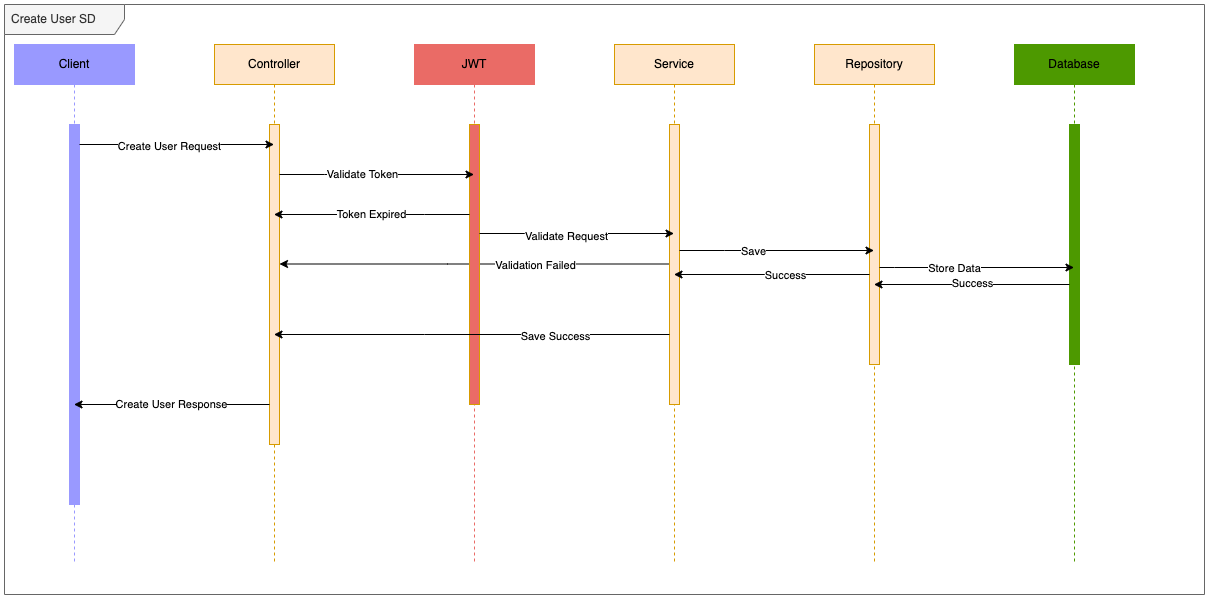
Before: doc/diagram_create.png, a diagram exported from draw.io (wahyugnc/technical-test). Source tidied: cells renumbered, new cells last; positions are measured from the earlier drawing's top-left corner, leaving out a move shared by most shapes. Its diagram source:
```xml
<mxGraphModel>
  <root>
    <mxCell id="0" />
    <mxCell id="1" parent="0" />
    <mxCell id="2" value="Client" style="shape=umlLifeline;perimeter=lifelinePerimeter;whiteSpace=wrap;html=1;outlineConnect=0;fillColor=#9999FF;strokeColor=#9999FF;" parent="1" vertex="1">
      <mxGeometry x="10" y="40" width="120" height="520" as="geometry" />
    </mxCell>
    <mxCell id="3" style="html=1;points=[];perimeter=orthogonalPerimeter;fillColor=#9999FF;strokeColor=#9999FF;" parent="2" vertex="1">
      <mxGeometry x="55" y="80" width="10" height="380" as="geometry" />
    </mxCell>
    <mxCell id="4" value="Create User SD" style="shape=umlFrame;whiteSpace=wrap;html=1;width=120;height=30;boundedLbl=1;verticalAlign=middle;align=left;spacingLeft=5;fillColor=#f5f5f5;fontColor=#333333;strokeColor=#666666;" parent="1" vertex="1">
      <mxGeometry width="1200" height="590" as="geometry" />
    </mxCell>
    <mxCell id="5" value="Controller" style="shape=umlLifeline;perimeter=lifelinePerimeter;whiteSpace=wrap;html=1;outlineConnect=0;fillColor=#ffe6cc;strokeColor=#d79b00;" parent="1" vertex="1">
      <mxGeometry x="210" y="40" width="120" height="520" as="geometry" />
    </mxCell>
    <mxCell id="6" style="html=1;points=[];perimeter=orthogonalPerimeter;fillColor=#ffe6cc;strokeColor=#d79b00;" parent="5" vertex="1">
      <mxGeometry x="55" y="80" width="10" height="320" as="geometry" />
    </mxCell>
    <mxCell id="7" style="edgeStyle=orthogonalEdgeStyle;rounded=0;jettySize=auto;html=1;" parent="5" edge="1" source="9">
      <mxGeometry relative="1" as="geometry">
        <mxPoint x="65" y="219.5" as="targetPoint" />
        <Array as="points">
          <mxPoint x="233" y="220" />
        </Array>
      </mxGeometry>
    </mxCell>
    <mxCell id="8" value="Validation Failed" style="edgeLabel;html=1;align=center;verticalAlign=middle;" parent="7" vertex="1">
      <mxGeometry x="0.31" y="-1" relative="1" as="geometry">
        <mxPoint x="119" y="2" as="offset" />
      </mxGeometry>
    </mxCell>
    <mxCell id="9" value="Service" style="shape=umlLifeline;perimeter=lifelinePerimeter;whiteSpace=wrap;html=1;outlineConnect=0;fillColor=#ffe6cc;strokeColor=#d79b00;" parent="1" vertex="1">
      <mxGeometry x="610" y="40" width="120" height="520" as="geometry" />
    </mxCell>
    <mxCell id="10" style="html=1;points=[];perimeter=orthogonalPerimeter;fillColor=#ffe6cc;strokeColor=#d79b00;" parent="9" vertex="1">
      <mxGeometry x="55" y="80" width="10" height="280" as="geometry" />
    </mxCell>
    <mxCell id="11" value="Repository" style="shape=umlLifeline;perimeter=lifelinePerimeter;whiteSpace=wrap;html=1;outlineConnect=0;fillColor=#ffe6cc;strokeColor=#d79b00;" parent="1" vertex="1">
      <mxGeometry x="810" y="40" width="120" height="520" as="geometry" />
    </mxCell>
    <mxCell id="12" style="html=1;points=[];perimeter=orthogonalPerimeter;fillColor=#ffe6cc;strokeColor=#d79b00;" parent="11" vertex="1">
      <mxGeometry x="55" y="80" width="10" height="240" as="geometry" />
    </mxCell>
    <mxCell id="13" value="Database" style="shape=umlLifeline;perimeter=lifelinePerimeter;whiteSpace=wrap;html=1;fillColor=#4D9900;strokeColor=#4D9900;" parent="1" vertex="1">
      <mxGeometry x="1010" y="40" width="120" height="520" as="geometry" />
    </mxCell>
    <mxCell id="14" style="html=1;points=[];perimeter=orthogonalPerimeter;fillColor=#4D9900;strokeColor=#4D9900;" parent="13" vertex="1">
      <mxGeometry x="55" y="80" width="10" height="240" as="geometry" />
    </mxCell>
    <mxCell id="15" value="JWT" style="shape=umlLifeline;perimeter=lifelinePerimeter;whiteSpace=wrap;html=1;outlineConnect=0;fillColor=#EA6B66;strokeColor=#EA6B66;" parent="1" vertex="1">
      <mxGeometry x="410" y="40" width="120" height="520" as="geometry" />
    </mxCell>
    <mxCell id="16" style="html=1;points=[];perimeter=orthogonalPerimeter;fillColor=#EA6B66;strokeColor=#d79b00;" parent="15" vertex="1">
      <mxGeometry x="55" y="80" width="10" height="280" as="geometry" />
    </mxCell>
    <mxCell id="17" style="edgeStyle=orthogonalEdgeStyle;rounded=0;jettySize=auto;html=1;" parent="1" edge="1" source="3" target="5">
      <mxGeometry relative="1" as="geometry">
        <Array as="points">
          <mxPoint x="130" y="140" />
          <mxPoint x="130" y="140" />
        </Array>
      </mxGeometry>
    </mxCell>
    <mxCell id="18" value="Create User Request" style="edgeLabel;html=1;align=center;verticalAlign=middle;" parent="17" vertex="1">
      <mxGeometry x="-0.08" y="-1" relative="1" as="geometry" />
    </mxCell>
    <mxCell id="19" value="Create User Response" style="edgeStyle=orthogonalEdgeStyle;rounded=0;jettySize=auto;html=1;" parent="1" edge="1" source="6" target="2">
      <mxGeometry relative="1" as="geometry">
        <Array as="points">
          <mxPoint x="140" y="400" />
          <mxPoint x="140" y="400" />
        </Array>
      </mxGeometry>
    </mxCell>
    <mxCell id="20" style="edgeStyle=orthogonalEdgeStyle;rounded=0;jettySize=auto;html=1;" parent="1" edge="1" source="6" target="15">
      <mxGeometry relative="1" as="geometry">
        <Array as="points">
          <mxPoint x="320" y="170" />
          <mxPoint x="320" y="170" />
        </Array>
      </mxGeometry>
    </mxCell>
    <mxCell id="21" value="Validate Token" style="edgeLabel;html=1;align=center;verticalAlign=middle;" parent="20" vertex="1">
      <mxGeometry x="-0.16" y="1" relative="1" as="geometry" />
    </mxCell>
    <mxCell id="22" value="Token Expired" style="edgeStyle=orthogonalEdgeStyle;rounded=0;jettySize=auto;html=1;" parent="1" edge="1" source="16" target="5">
      <mxGeometry relative="1" as="geometry">
        <Array as="points">
          <mxPoint x="420" y="210" />
          <mxPoint x="420" y="210" />
        </Array>
      </mxGeometry>
    </mxCell>
    <mxCell id="23" style="edgeStyle=orthogonalEdgeStyle;rounded=0;orthogonalLoop=1;jettySize=auto;html=1;" parent="1" edge="1">
      <mxGeometry relative="1" as="geometry">
        <mxPoint x="475" y="229" as="sourcePoint" />
        <mxPoint x="669.5" y="229" as="targetPoint" />
        <Array as="points">
          <mxPoint x="520" y="229" />
          <mxPoint x="520" y="229" />
        </Array>
      </mxGeometry>
    </mxCell>
    <mxCell id="24" value="Validate Request" style="edgeLabel;html=1;align=center;verticalAlign=middle;" parent="23" vertex="1">
      <mxGeometry x="-0.12" y="-2" relative="1" as="geometry" />
    </mxCell>
    <mxCell id="25" style="edgeStyle=orthogonalEdgeStyle;rounded=0;orthogonalLoop=1;jettySize=auto;html=1;" parent="1" edge="1">
      <mxGeometry relative="1" as="geometry">
        <mxPoint x="675" y="246" as="sourcePoint" />
        <mxPoint x="869.5" y="246" as="targetPoint" />
        <Array as="points">
          <mxPoint x="720" y="246" />
          <mxPoint x="720" y="246" />
        </Array>
      </mxGeometry>
    </mxCell>
    <mxCell id="26" value="Save" style="edgeLabel;html=1;align=center;verticalAlign=middle;" parent="25" vertex="1">
      <mxGeometry x="-0.25" relative="1" as="geometry" />
    </mxCell>
    <mxCell id="27" style="edgeStyle=orthogonalEdgeStyle;rounded=0;orthogonalLoop=1;jettySize=auto;html=1;" parent="1" edge="1">
      <mxGeometry relative="1" as="geometry">
        <mxPoint x="875" y="263" as="sourcePoint" />
        <mxPoint x="1069.5" y="263" as="targetPoint" />
        <Array as="points">
          <mxPoint x="890" y="263" />
          <mxPoint x="890" y="263" />
        </Array>
      </mxGeometry>
    </mxCell>
    <mxCell id="28" value="Store Data" style="edgeLabel;html=1;align=center;verticalAlign=middle;" parent="27" vertex="1">
      <mxGeometry x="-0.24" relative="1" as="geometry" />
    </mxCell>
    <mxCell id="29" style="edgeStyle=orthogonalEdgeStyle;rounded=0;jettySize=auto;html=1;" parent="1" edge="1" source="14" target="11">
      <mxGeometry relative="1" as="geometry">
        <Array as="points">
          <mxPoint x="950" y="280" />
          <mxPoint x="950" y="280" />
        </Array>
      </mxGeometry>
    </mxCell>
    <mxCell id="30" value="Success" style="edgeLabel;html=1;align=center;verticalAlign=middle;" parent="29" vertex="1">
      <mxGeometry y="-2" relative="1" as="geometry" />
    </mxCell>
    <mxCell id="31" style="edgeStyle=orthogonalEdgeStyle;rounded=0;jettySize=auto;html=1;" parent="1" edge="1" source="12" target="9">
      <mxGeometry relative="1" as="geometry">
        <Array as="points">
          <mxPoint x="760" y="270" />
          <mxPoint x="760" y="270" />
        </Array>
      </mxGeometry>
    </mxCell>
    <mxCell id="32" value="Success" style="edgeLabel;html=1;align=center;verticalAlign=middle;" parent="31" vertex="1">
      <mxGeometry x="-0.13" relative="1" as="geometry" />
    </mxCell>
    <mxCell id="33" style="edgeStyle=orthogonalEdgeStyle;rounded=0;jettySize=auto;html=1;" parent="1" edge="1" source="10" target="5">
      <mxGeometry relative="1" as="geometry">
        <Array as="points">
          <mxPoint x="420" y="330" />
          <mxPoint x="420" y="330" />
        </Array>
      </mxGeometry>
    </mxCell>
    <mxCell id="34" value="Save Success" style="edgeLabel;html=1;align=center;verticalAlign=middle;" parent="33" vertex="1">
      <mxGeometry x="0.18" y="1" relative="1" as="geometry">
        <mxPoint x="118" as="offset" />
      </mxGeometry>
    </mxCell>
  </root>
</mxGraphModel>
```
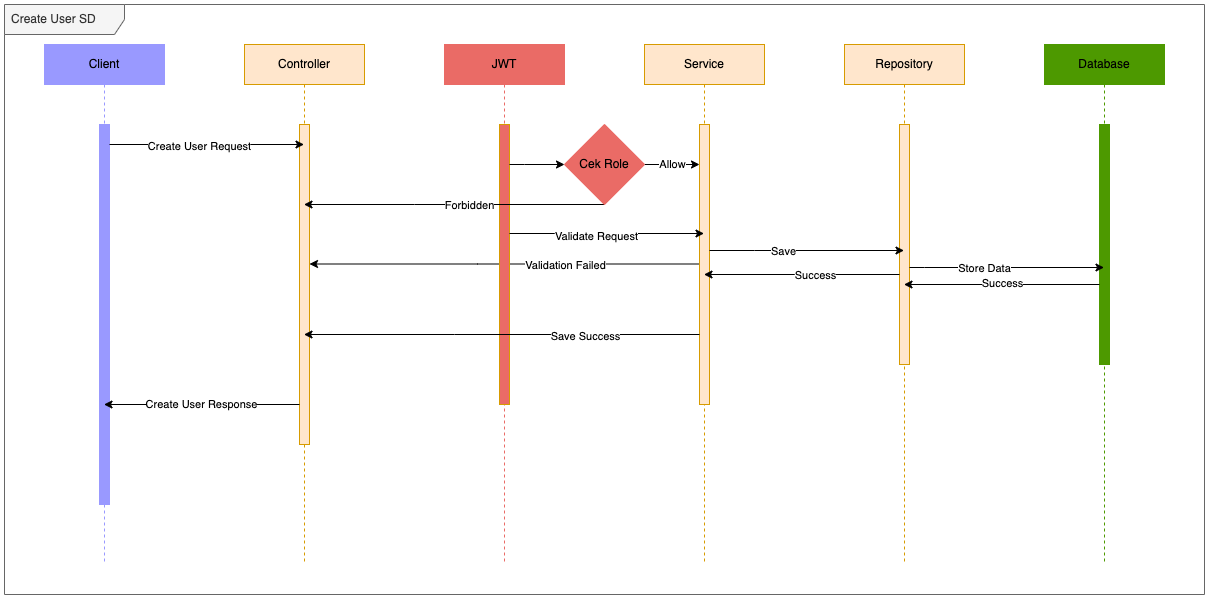
After the commit.

What changed in the source:
```diff
@@ -9,7 +9,7 @@
       <mxGeometry x="55" y="80" width="10" height="380" as="geometry" />
     </mxCell>
     <mxCell id="4" value="Create User SD" style="shape=umlFrame;whiteSpace=wrap;html=1;width=120;height=30;boundedLbl=1;verticalAlign=middle;align=left;spacingLeft=5;fillColor=#f5f5f5;fontColor=#333333;strokeColor=#666666;" parent="1" vertex="1">
-      <mxGeometry width="1200" height="590" as="geometry" />
+      <mxGeometry x="-30" width="1200" height="590" as="geometry" />
     </mxCell>
     <mxCell id="5" value="Controller" style="shape=umlLifeline;perimeter=lifelinePerimeter;whiteSpace=wrap;html=1;outlineConnect=0;fillColor=#ffe6cc;strokeColor=#d79b00;" parent="1" vertex="1">
       <mxGeometry x="210" y="40" width="120" height="520" as="geometry" />
@@ -73,25 +73,6 @@
         </Array>
       </mxGeometry>
     </mxCell>
-    <mxCell id="20" style="edgeStyle=orthogonalEdgeStyle;rounded=0;jettySize=auto;html=1;" parent="1" edge="1" source="6" target="15">
-      <mxGeometry relative="1" as="geometry">
-        <Array as="points">
-          <mxPoint x="320" y="170" />
-          <mxPoint x="320" y="170" />
-        </Array>
-      </mxGeometry>
-    </mxCell>
-    <mxCell id="21" value="Validate Token" style="edgeLabel;html=1;align=center;verticalAlign=middle;" parent="20" vertex="1">
-      <mxGeometry x="-0.16" y="1" relative="1" as="geometry" />
-    </mxCell>
-    <mxCell id="22" value="Token Expired" style="edgeStyle=orthogonalEdgeStyle;rounded=0;jettySize=auto;html=1;" parent="1" edge="1" source="16" target="5">
-      <mxGeometry relative="1" as="geometry">
-        <Array as="points">
-          <mxPoint x="420" y="210" />
-          <mxPoint x="420" y="210" />
-        </Array>
-      </mxGeometry>
-    </mxCell>
     <mxCell id="23" style="edgeStyle=orthogonalEdgeStyle;rounded=0;orthogonalLoop=1;jettySize=auto;html=1;" parent="1" edge="1">
       <mxGeometry relative="1" as="geometry">
         <mxPoint x="475" y="229" as="sourcePoint" />
@@ -166,5 +147,35 @@
         <mxPoint x="118" as="offset" />
       </mxGeometry>
     </mxCell>
+    <mxCell id="35" value="Allow" style="edgeStyle=orthogonalEdgeStyle;rounded=0;jettySize=auto;html=1;" parent="1" edge="1" source="38" target="10">
+      <mxGeometry relative="1" as="geometry">
+        <Array as="points">
+          <mxPoint x="640" y="160" />
+          <mxPoint x="640" y="160" />
+        </Array>
+      </mxGeometry>
+    </mxCell>
+    <mxCell id="36" style="edgeStyle=orthogonalEdgeStyle;rounded=0;jettySize=auto;html=1;" parent="1" edge="1" source="38" target="5">
+      <mxGeometry relative="1" as="geometry">
+        <Array as="points">
+          <mxPoint x="380" y="200" />
+          <mxPoint x="380" y="200" />
+        </Array>
+      </mxGeometry>
+    </mxCell>
+    <mxCell id="37" value="Forbidden" style="edgeLabel;html=1;align=center;verticalAlign=middle;" parent="36" vertex="1">
+      <mxGeometry x="-0.09" relative="1" as="geometry" />
+    </mxCell>
+    <mxCell id="38" value="Cek Role" style="rhombus;whiteSpace=wrap;html=1;strokeColor=#EA6B66;fillColor=#EA6B66;" parent="1" vertex="1">
+      <mxGeometry x="530" y="120" width="80" height="80" as="geometry" />
+    </mxCell>
+    <mxCell id="39" style="edgeStyle=orthogonalEdgeStyle;rounded=0;jettySize=auto;html=1;entryX=0;entryY=0.5;entryDx=0;entryDy=0;" parent="1" edge="1" source="16" target="38">
+      <mxGeometry relative="1" as="geometry">
+        <Array as="points">
+          <mxPoint x="490" y="160" />
+          <mxPoint x="490" y="160" />
+        </Array>
+      </mxGeometry>
+    </mxCell>
   </root>
 </mxGraphModel>
```
